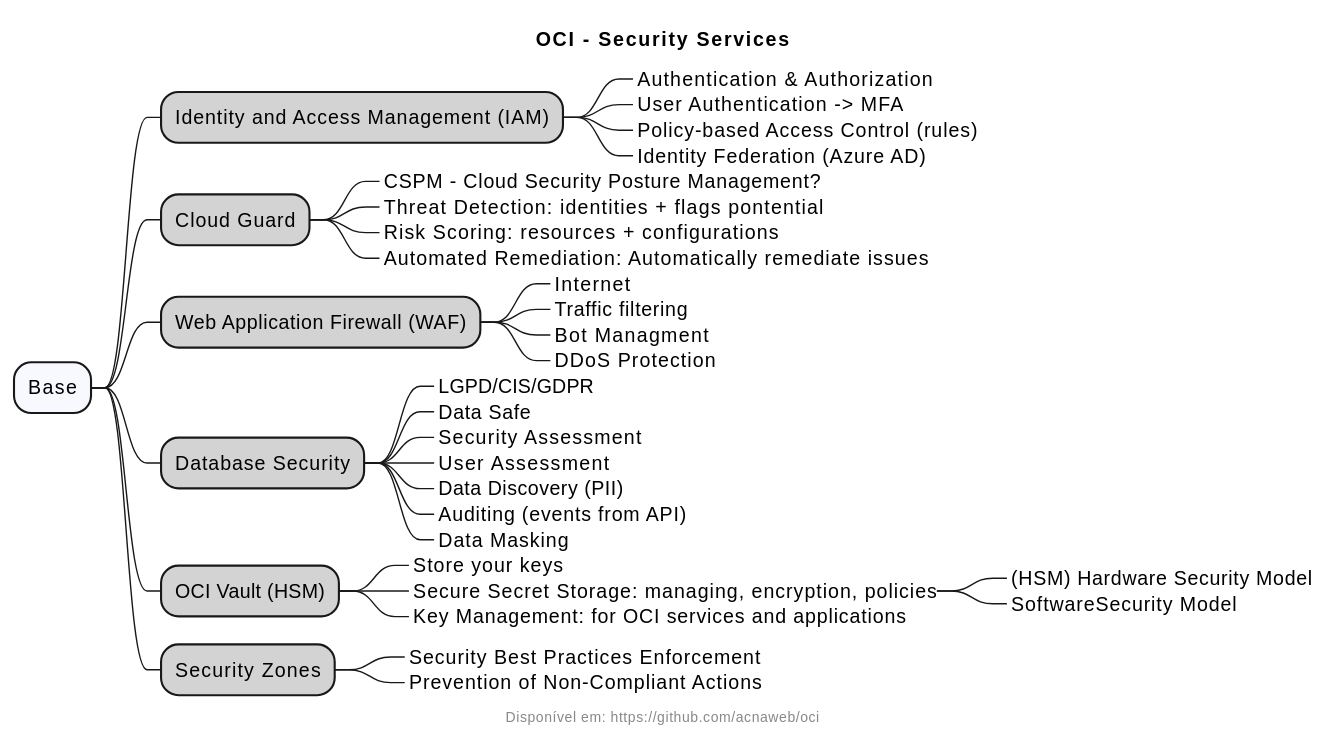
Before: assets/docs/security/security_services/security_services.svg, a diagram exported from PlantUML (acnaweb/oci).
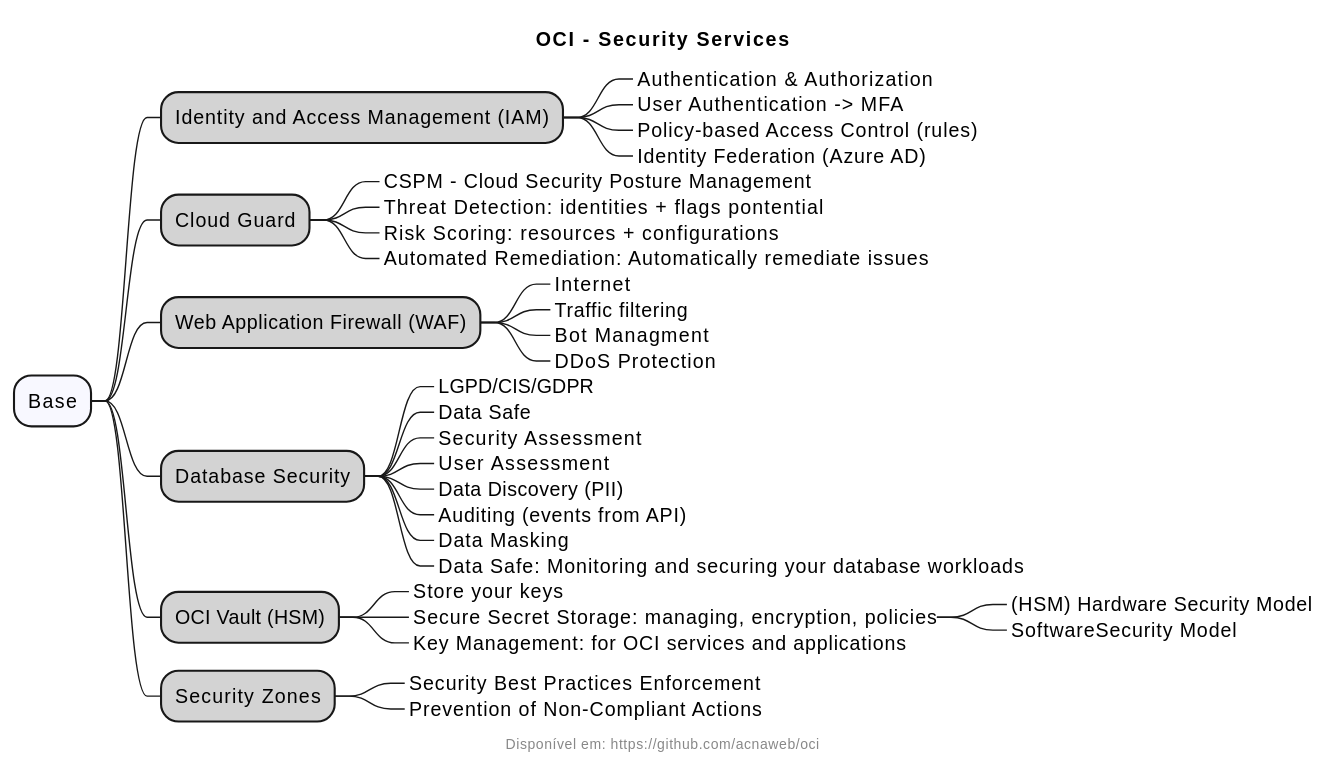
After the commit.

Diff of the diagram source:
```diff
@@ -12,7 +12,7 @@
 ***_ Identity Federation (Azure AD)
 
 **[#LightGray] Cloud Guard
-***_ CSPM - Cloud Security Posture Management?
+***_ CSPM - Cloud Security Posture Management
 ***_ Threat Detection: identities + flags pontential
 ***_ Risk Scoring: resources + configurations
 ***_ Automated Remediation: Automatically remediate issues
@@ -31,6 +31,7 @@
 ***_ Data Discovery (PII)
 ***_ Auditing (events from API)
 ***_ Data Masking
+***_ Data Safe: Monitoring and securing your database workloads
 
 **[#LightGray] OCI Vault (HSM)
 ***_ Store your keys
```
